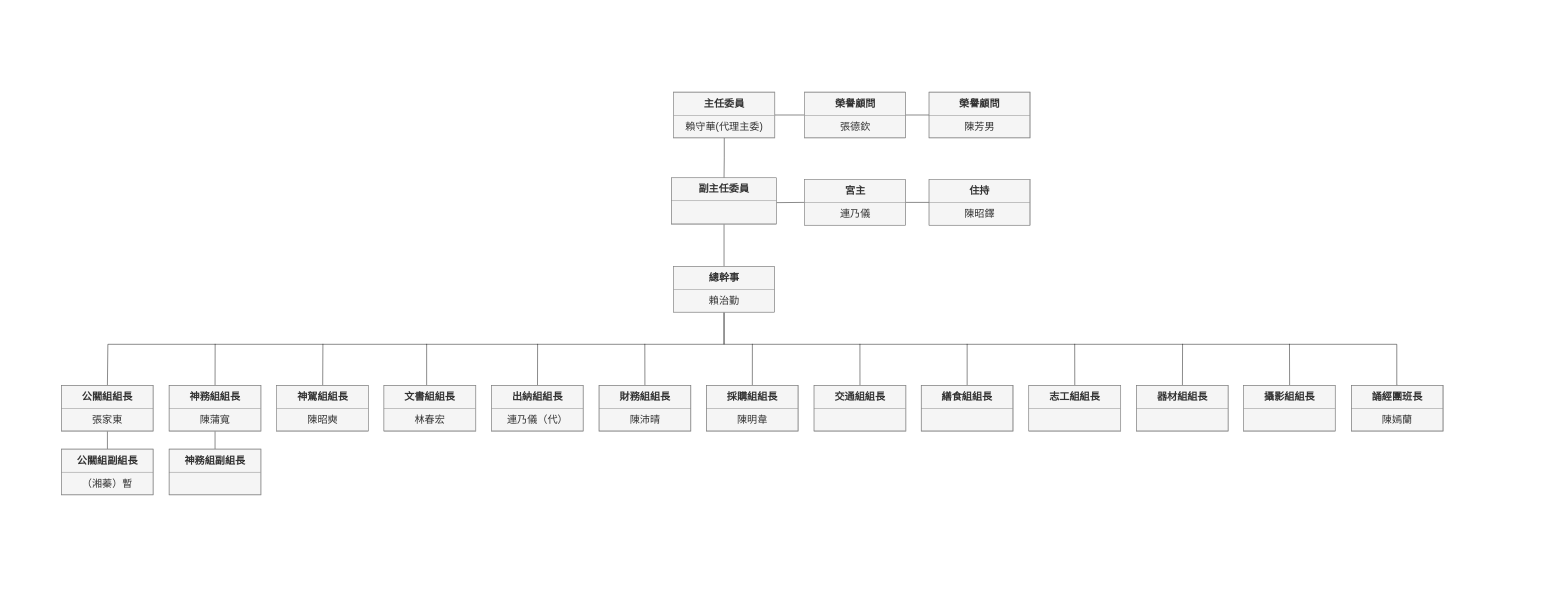
Earlier version of the draw.io diagram Untitled Diagram.drawio (hahalin/ASPNETClass). Source tidied: cells renumbered, new cells numbered last; positions are measured from the earlier drawing's top-left corner, leaving out a move shared by most shapes. Both pictures are drawn from the tidied source at 46%, with x=0, y=0 at pixel (61, 92).
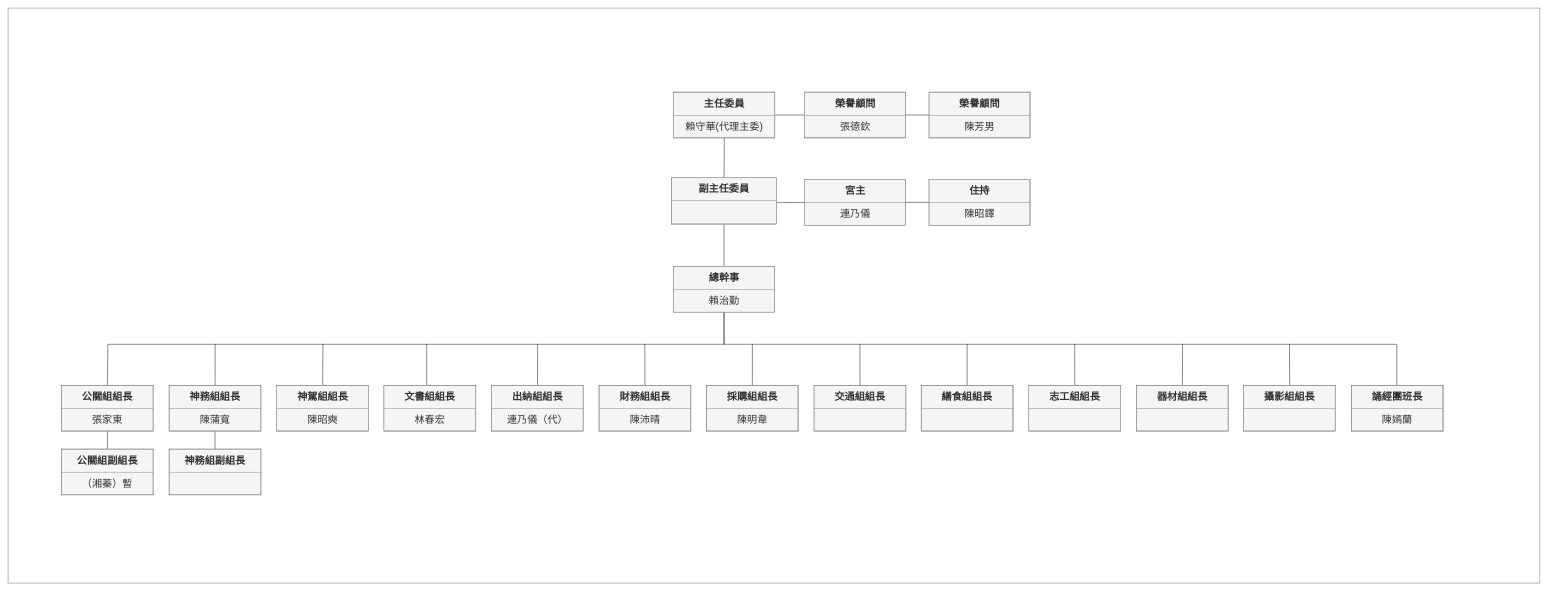
The same page after the edit.

Change to the diagram source:
```diff
@@
+    <mxCell id="45" style="rounded=0;whiteSpace=wrap;html=1;strokeColor=#666666;fontSize=22;fillColor=none;" parent="1" vertex="1">
+      <mxGeometry x="-116" y="-182" width="3330" height="1250" as="geometry" />
+    </mxCell>
```
